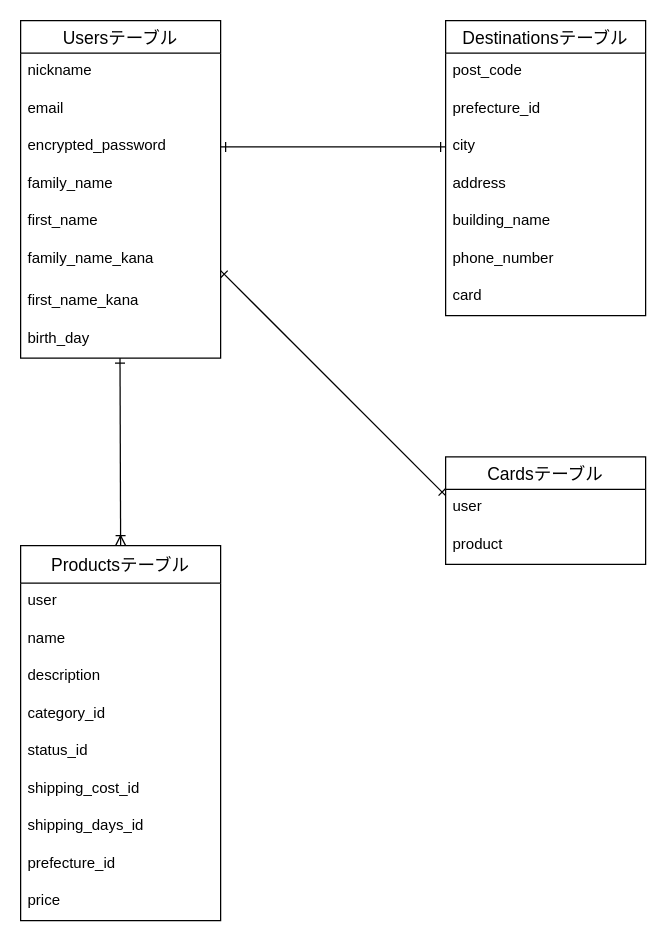
Before: test.dio in Echi0905/furima-38436, a draw.io diagram. Source tidied: cells renumbered, new cells numbered last; positions are measured from the earlier drawing's top-left corner, leaving out a move shared by most shapes. Both pictures are drawn from the tidied source at 125%, with x=0, y=0 at pixel (20, 20).
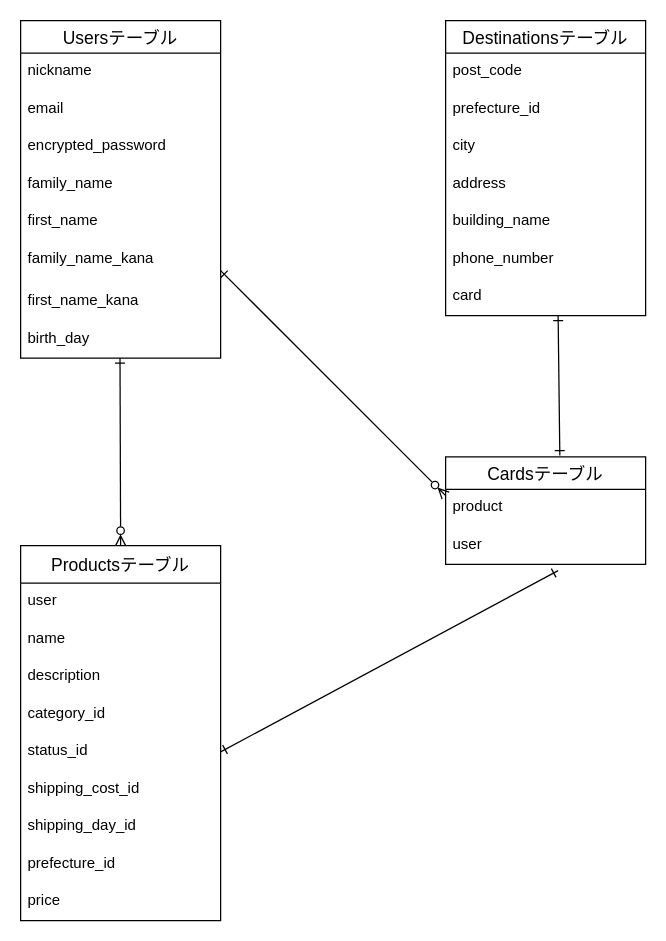
After the change.

The change refers to these unchanged cells:
```xml
<mxCell id="2" value="Productsテーブル" style="swimlane;fontStyle=0;horizontal=1;startSize=30;align=center;fontSize=14;" parent="1" vertex="1">
  <mxGeometry y="420" width="160" height="300" as="geometry" />
</mxCell>
<mxCell id="7" value="status_id" style="text;strokeColor=none;fillColor=none;spacingLeft=4;spacingRight=4;overflow=hidden;points=[[0,0.5],[1,0.5]];portConstraint=eastwest;fontSize=12;" parent="2" vertex="1">
  <mxGeometry y="150" width="160" height="30" as="geometry" />
</mxCell>
<mxCell id="15" value="encrypted_password" style="text;strokeColor=none;fillColor=none;spacingLeft=4;spacingRight=4;overflow=hidden;points=[[0,0.5],[1,0.5]];portConstraint=eastwest;fontSize=12;" parent="12" vertex="1">
  <mxGeometry y="86" width="160" height="30" as="geometry" />
</mxCell>
<mxCell id="18" value="family_name_kana&#10;&#10;" style="text;strokeColor=none;fillColor=none;spacingLeft=4;spacingRight=4;overflow=hidden;points=[[0,0.5],[1,0.5]];portConstraint=eastwest;fontSize=12;" parent="12" vertex="1">
  <mxGeometry y="176" width="160" height="34" as="geometry" />
</mxCell>
<mxCell id="21" value="Cardsテーブル" style="swimlane;fontStyle=0;horizontal=1;startSize=26;align=center;fontSize=14;" parent="1" vertex="1">
  <mxGeometry x="340" y="349" width="160" height="86" as="geometry" />
</mxCell>
<mxCell id="27" value="city" style="text;strokeColor=none;fillColor=none;spacingLeft=4;spacingRight=4;overflow=hidden;points=[[0,0.5],[1,0.5]];portConstraint=eastwest;fontSize=12;" parent="24" vertex="1">
  <mxGeometry y="86" width="160" height="30" as="geometry" />
</mxCell>
```

The edit, as a diff of the source:
```diff
@@
-    <mxCell id="9" value="shipping_days_id&#10;&#10;" style="text;strokeColor=none;fillColor=none;spacingLeft=4;spacingRight=4;overflow=hidden;fontSize=12;" parent="2" vertex="1">
+    <mxCell id="9" value="shipping_day_id&#10;&#10;" style="text;strokeColor=none;fillColor=none;spacingLeft=4;spacingRight=4;overflow=hidden;fontSize=12;" parent="2" vertex="1">
       <mxGeometry y="210" width="160" height="30" as="geometry" />
     </mxCell>
@@
+    <mxCell id="23" value="product" style="text;strokeColor=none;fillColor=none;spacingLeft=4;spacingRight=4;overflow=hidden;fontSize=12;" parent="21" vertex="1">
+      <mxGeometry y="26" width="160" height="30" as="geometry" />
+    </mxCell>
     <mxCell id="22" value="user" style="text;strokeColor=none;fillColor=none;spacingLeft=4;spacingRight=4;overflow=hidden;fontSize=12;" parent="21" vertex="1">
-      <mxGeometry y="26" width="160" height="30" as="geometry" />
+      <mxGeometry y="56" width="160" height="30" as="geometry" />
     </mxCell>
-    <mxCell id="23" value="product" style="text;strokeColor=none;fillColor=none;spacingLeft=4;spacingRight=4;overflow=hidden;fontSize=12;" parent="21" vertex="1">
-      <mxGeometry y="56" width="160" height="30" as="geometry" />
-    </mxCell>
@@
-    <mxCell id="32" style="edgeStyle=none;html=1;entryX=0;entryY=0.5;entryDx=0;entryDy=0;endArrow=ERone;endFill=0;startArrow=ERone;startFill=0;" parent="1" edge="1" source="15" target="27">
-      <mxGeometry relative="1" as="geometry" />
-    </mxCell>
-    <mxCell id="33" style="edgeStyle=none;html=1;endArrow=ERoneToMany;endFill=0;exitX=0.5;exitY=1.083;exitDx=0;exitDy=0;exitPerimeter=0;startArrow=ERone;startFill=0;entryX=0.5;entryY=0;entryDx=0;entryDy=0;" parent="1" edge="1" target="2">
+    <mxCell id="33" style="edgeStyle=none;html=1;endArrow=ERzeroToMany;endFill=0;exitX=0.5;exitY=1.083;exitDx=0;exitDy=0;exitPerimeter=0;startArrow=ERone;startFill=0;entryX=0.5;entryY=0;entryDx=0;entryDy=0;" parent="1" edge="1" target="2">
       <mxGeometry relative="1" as="geometry">
         <mxPoint x="79.5" y="270" as="sourcePoint" />
       </mxGeometry>
     </mxCell>
-    <mxCell id="34" style="edgeStyle=none;html=1;entryX=0;entryY=0.5;entryDx=0;entryDy=0;endArrow=ERone;endFill=0;startArrow=ERone;startFill=0;exitX=1;exitY=0.706;exitDx=0;exitDy=0;exitPerimeter=0;" parent="1" edge="1" source="18">
+    <mxCell id="34" style="edgeStyle=none;html=1;entryX=0;entryY=0.5;entryDx=0;entryDy=0;endArrow=ERzeroToMany;endFill=0;startArrow=ERone;startFill=0;exitX=1;exitY=0.706;exitDx=0;exitDy=0;exitPerimeter=0;" parent="1" edge="1" source="18">
       <mxGeometry relative="1" as="geometry">
         <mxPoint x="340" y="380" as="targetPoint" />
       </mxGeometry>
     </mxCell>
+    <mxCell id="35" style="edgeStyle=none;html=1;entryX=0;entryY=0.5;entryDx=0;entryDy=0;endArrow=ERone;endFill=0;startArrow=ERone;startFill=0;exitX=0.571;exitY=-0.012;exitDx=0;exitDy=0;exitPerimeter=0;" parent="1" edge="1" source="21">
+      <mxGeometry relative="1" as="geometry">
+        <mxPoint x="430" y="236" as="targetPoint" />
+      </mxGeometry>
+    </mxCell>
+    <mxCell id="36" style="edgeStyle=none;html=1;entryX=1;entryY=0.5;entryDx=0;entryDy=0;endArrow=ERone;endFill=0;startArrow=ERone;startFill=0;" parent="1" edge="1" target="7">
+      <mxGeometry relative="1" as="geometry">
+        <mxPoint x="430" y="440" as="sourcePoint" />
+      </mxGeometry>
+    </mxCell>
```
